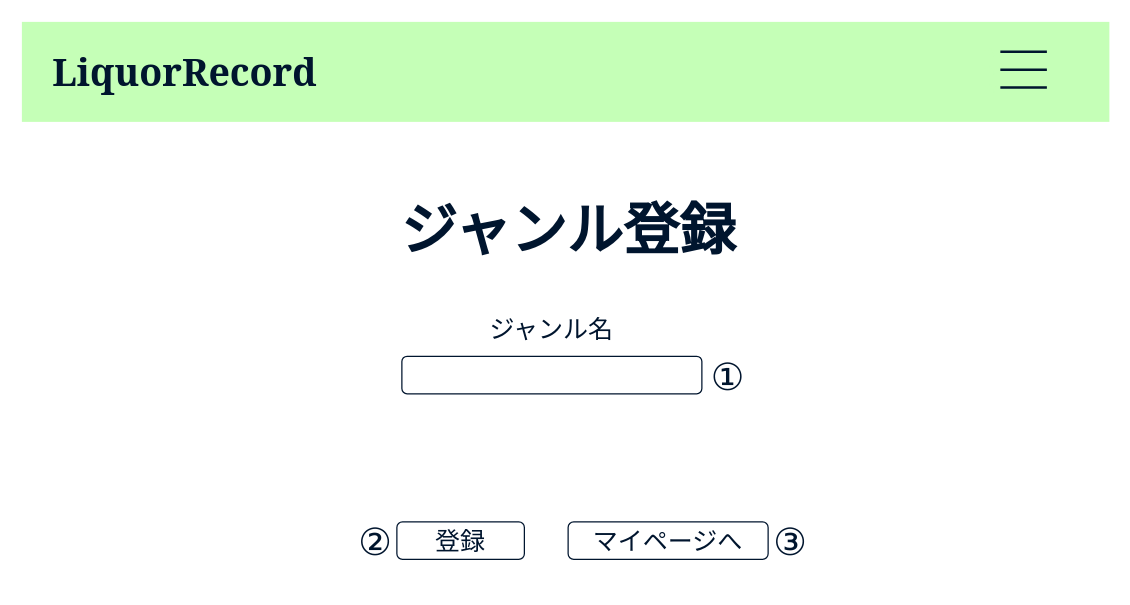
Before: page "ジャンル登録" (13 of 14) of Untitled Diagram.drawio.xml in 0saya0/LiquorRecord, a draw.io diagram. Source tidied: cells renumbered, new cells numbered last; positions are measured from the earlier drawing's top-left corner, leaving out a move shared by most shapes. Both pictures are drawn from the tidied source at 125%, with x=0, y=0 at pixel (21, 21).
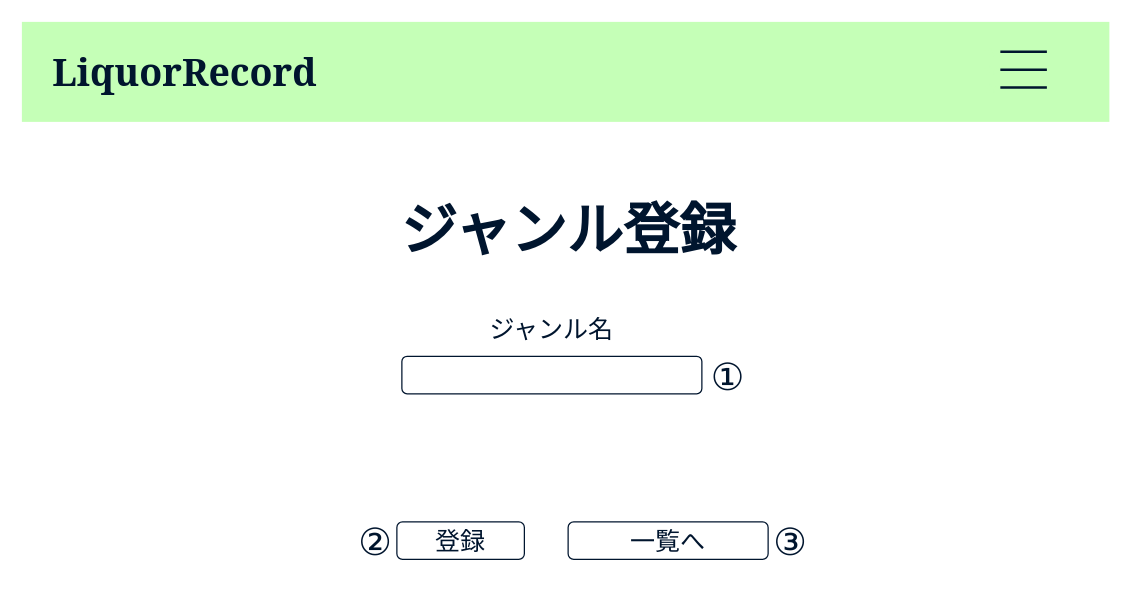
The same diagram, later.

Diff of the diagram source:
```diff
@@
 <mxGraphModel background="#ffffff">
   <root>
     <mxCell id="0" />
     <mxCell id="1" parent="0" />
     <mxCell id="2" style="rounded=0;whiteSpace=wrap;html=1;fillColor=#C5FFB7;strokeColor=none;" parent="1" vertex="1">
       <mxGeometry width="870" height="80" as="geometry" />
     </mxCell>
     <mxCell id="3" value="LiquorRecord" style="text;strokeColor=none;fillColor=none;html=1;fontSize=30;fontStyle=1;verticalAlign=middle;align=center;fontColor=#00152E;fontFamily=Georgia;" parent="1" vertex="1">
       <mxGeometry x="10" y="20" width="240" height="40" as="geometry" />
     </mxCell>
     <mxCell id="4" style="html=1;verticalLabelPosition=bottom;align=center;labelBackgroundColor=#ffffff;verticalAlign=top;strokeWidth=2;strokeColor=#00152E;shadow=0;dashed=0;shape=mxgraph.ios7.icons.most_viewed;fontFamily=Georgia;fontSize=40;fontColor=#00152E;fillColor=#C5FFB7;" parent="1" vertex="1">
       <mxGeometry x="770" y="20" width="50" height="36.4" as="geometry" />
     </mxCell>
     <mxCell id="5" style="rounded=1;whiteSpace=wrap;html=1;fontFamily=Georgia;fontSize=30;fontColor=#00152E;strokeColor=#00152E;fillColor=default;arcSize=14;align=center;verticalAlign=middle;horizontal=1;labelBorderColor=none;spacingBottom=4;" parent="1" vertex="1">
       <mxGeometry x="304" y="267.5" width="240" height="30" as="geometry" />
     </mxCell>
     <mxCell id="6" value="①" style="text;html=1;strokeColor=none;fillColor=none;align=center;verticalAlign=middle;whiteSpace=wrap;rounded=0;labelBorderColor=none;fontFamily=Georgia;fontSize=30;fontColor=#00152E;" parent="1" vertex="1">
       <mxGeometry x="530" y="247.5" width="70" height="70" as="geometry" />
     </mxCell>
     <mxCell id="7" value="ジャンル登録" style="text;strokeColor=none;fillColor=none;html=1;fontSize=45;fontStyle=1;verticalAlign=middle;align=center;labelBorderColor=none;fontFamily=Georgia;fontColor=#00152E;" parent="1" vertex="1">
       <mxGeometry x="280" y="130" width="314" height="70" as="geometry" />
     </mxCell>
     <mxCell id="8" value="ジャンル名" style="text;html=1;strokeColor=none;fillColor=none;align=center;verticalAlign=middle;whiteSpace=wrap;rounded=0;labelBorderColor=none;fontFamily=Georgia;fontSize=20;fontColor=#00152E;" parent="1" vertex="1">
       <mxGeometry x="370" y="222.5" width="108" height="45" as="geometry" />
     </mxCell>
-    <mxCell id="9" value="マイページへ" style="rounded=1;whiteSpace=wrap;html=1;labelBorderColor=none;fontFamily=Georgia;fontSize=20;fontColor=#00152E;strokeColor=#00152E;fillColor=default;" parent="1" vertex="1">
+    <mxCell id="9" value="一覧へ" style="rounded=1;whiteSpace=wrap;html=1;labelBorderColor=none;fontFamily=Georgia;fontSize=20;fontColor=#00152E;strokeColor=#00152E;fillColor=default;" parent="1" vertex="1">
       <mxGeometry x="437" y="400" width="160" height="30" as="geometry" />
     </mxCell>
     <mxCell id="10" value="登録" style="rounded=1;whiteSpace=wrap;html=1;labelBorderColor=none;fontFamily=Georgia;fontSize=20;fontColor=#00152E;strokeColor=#00152E;fillColor=default;" parent="1" vertex="1">
       <mxGeometry x="300" y="400" width="102" height="30" as="geometry" />
     </mxCell>
     <mxCell id="11" value="②" style="text;html=1;strokeColor=none;fillColor=none;align=center;verticalAlign=middle;whiteSpace=wrap;rounded=0;labelBorderColor=none;fontFamily=Georgia;fontSize=30;fontColor=#00152E;" parent="1" vertex="1">
       <mxGeometry x="247.5" y="380" width="70" height="70" as="geometry" />
     </mxCell>
     <mxCell id="12" value="③" style="text;html=1;strokeColor=none;fillColor=none;align=center;verticalAlign=middle;whiteSpace=wrap;rounded=0;labelBorderColor=none;fontFamily=Georgia;fontSize=30;fontColor=#00152E;" parent="1" vertex="1">
       <mxGeometry x="580" y="380" width="70" height="70" as="geometry" />
     </mxCell>
   </root>
 </mxGraphModel>
```
